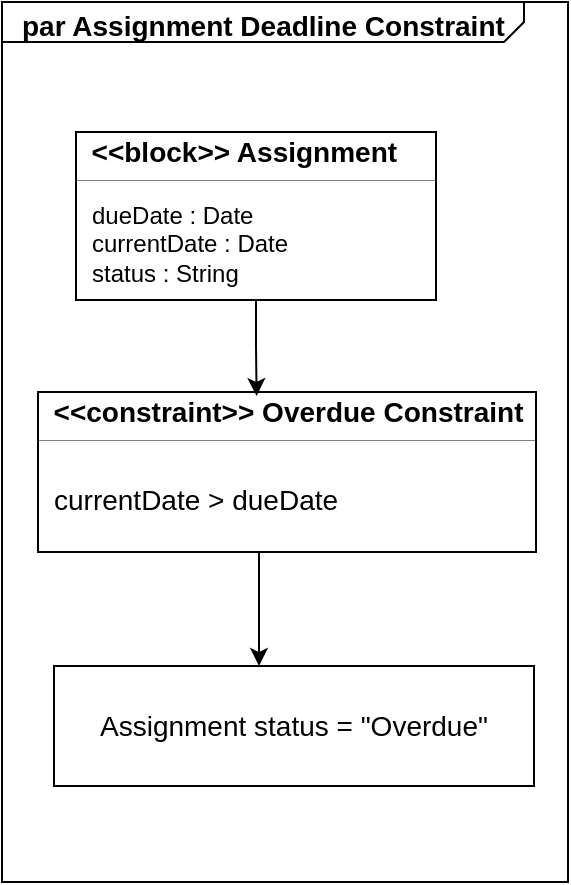
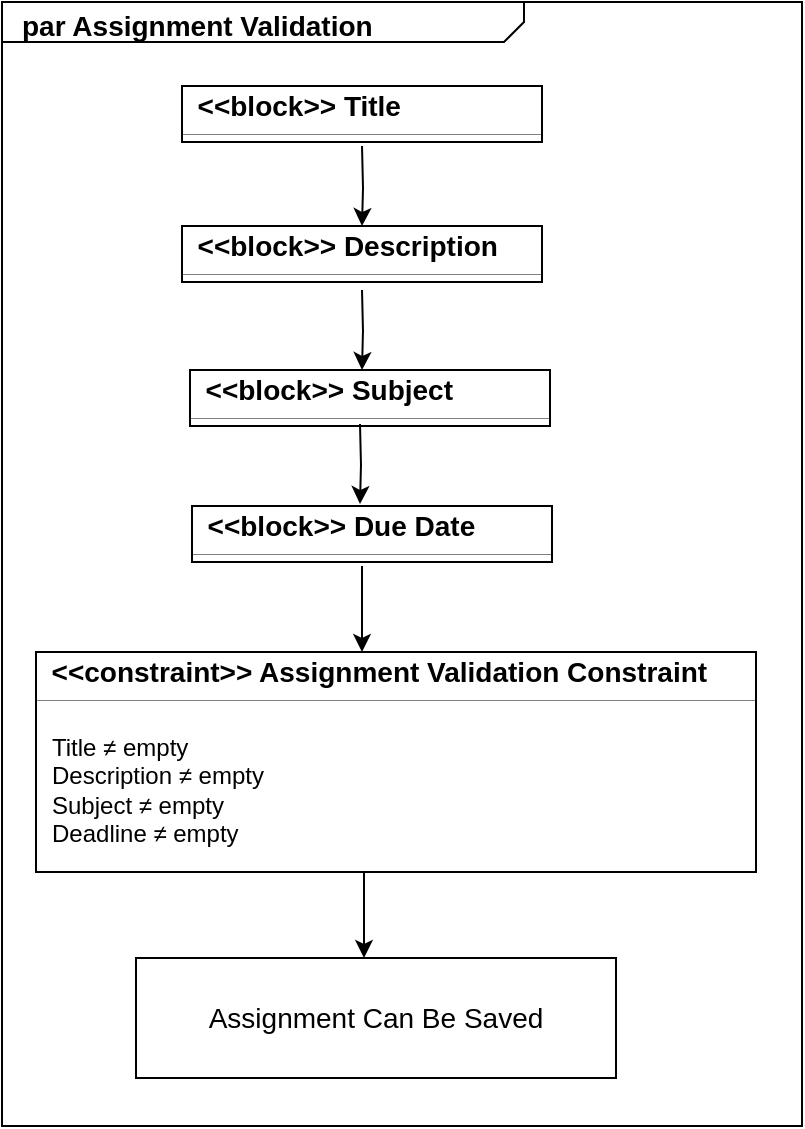
<mxfile host="app.diagrams.net">
  <diagram name="Page-1" id="FWf7b-B_ku4b3cwz3tw8">
    <mxGraphModel dx="585" dy="797" grid="1" gridSize="10" guides="1" tooltips="1" connect="1" arrows="1" fold="1" page="1" pageScale="1" pageWidth="850" pageHeight="1100" math="0" shadow="0">
      <root>
        <mxCell id="0" />
        <mxCell id="1" parent="0" />
-         <mxCell id="niv77NVPGs7ezuK2DP78-10" parent="1" style="html=1;shape=mxgraph.sysml.package;labelX=261.67;align=left;spacingLeft=10;overflow=fill;whiteSpace=wrap;recursiveResize=0;" value="&lt;p style=&quot;margin:0px;margin-top:4px;margin-left:10px;text-align:left;&quot;&gt;&lt;font style=&quot;font-size: 14px;&quot;&gt;&lt;b&gt;par   Assignment Deadline Constraint&lt;/b&gt;&lt;/font&gt;&lt;/p&gt;" vertex="1">
-           <mxGeometry height="440" width="283" x="84" y="88" as="geometry" />
+         <mxCell id="niv77NVPGs7ezuK2DP78-10" parent="1" style="html=1;shape=mxgraph.sysml.package;labelX=261.67;align=left;spacingLeft=10;overflow=fill;whiteSpace=wrap;recursiveResize=0;" value="&lt;p style=&quot;margin:0px;margin-top:4px;margin-left:10px;text-align:left;&quot;&gt;&lt;font style=&quot;font-size: 14px;&quot;&gt;&lt;b&gt;par A&lt;/b&gt;&lt;/font&gt;&lt;span style=&quot;background-color: transparent; color: light-dark(rgb(0, 0, 0), rgb(255, 255, 255));&quot;&gt;&lt;font style=&quot;font-size: 14px;&quot;&gt;&lt;b&gt;ssignment Validation&lt;/b&gt;&lt;/font&gt;&lt;/span&gt;&lt;/p&gt;" vertex="1">
+           <mxGeometry height="562" width="400" x="30" y="88" as="geometry" />
        </mxCell>
        <mxCell id="niv77NVPGs7ezuK2DP78-18" parent="1" style="fontStyle=1;align=center;verticalAlign=middle;childLayout=stackLayout;horizontal=1;horizontalStack=0;resizeParent=1;resizeParentMax=0;resizeLast=0;marginBottom=0;" value="" vertex="1">
-           <mxGeometry height="84" width="180" x="121" y="153" as="geometry" />
+           <mxGeometry height="28" width="180" x="120" y="130" as="geometry" />
        </mxCell>
-         <mxCell id="niv77NVPGs7ezuK2DP78-19" parent="niv77NVPGs7ezuK2DP78-18" style="html=1;align=left;spacing=0;verticalAlign=middle;strokeColor=none;fillColor=none;whiteSpace=wrap;fontStyle=1;" value="&lt;font style=&quot;font-size: 14px;&quot;&gt;&amp;nbsp; &amp;lt;&amp;lt;block&amp;gt;&amp;gt; Assignment&lt;/font&gt;" vertex="1">
+         <mxCell id="niv77NVPGs7ezuK2DP78-19" parent="niv77NVPGs7ezuK2DP78-18" style="html=1;align=left;spacing=0;verticalAlign=middle;strokeColor=none;fillColor=none;whiteSpace=wrap;fontStyle=1;" value="&lt;font style=&quot;font-size: 14px;&quot;&gt;&amp;nbsp; &amp;lt;&amp;lt;block&amp;gt;&amp;gt; Title&lt;/font&gt;" vertex="1">
          <mxGeometry height="20" width="180" as="geometry" />
        </mxCell>
        <mxCell id="niv77NVPGs7ezuK2DP78-20" parent="niv77NVPGs7ezuK2DP78-18" style="line;strokeWidth=0.25;fillColor=none;align=left;verticalAlign=middle;spacingTop=-1;spacingLeft=3;spacingRight=3;rotatable=0;labelPosition=right;points=[];portConstraint=eastwest;" value="" vertex="1">
          <mxGeometry height="8" width="180" y="20" as="geometry" />
        </mxCell>
-         <mxCell id="niv77NVPGs7ezuK2DP78-22" parent="niv77NVPGs7ezuK2DP78-18" style="html=1;align=left;spacing=0;spacingLeft=8;verticalAlign=middle;strokeColor=none;fillColor=none;whiteSpace=wrap;" value="&lt;font style=&quot;font-size: 12px;&quot;&gt;dueDate : Date&lt;/font&gt;&lt;div&gt;&lt;font style=&quot;font-size: 12px;&quot;&gt;currentDate : Date&lt;/font&gt;&lt;/div&gt;&lt;div&gt;&lt;font style=&quot;font-size: 12px;&quot;&gt;status : String&lt;/font&gt;&lt;/div&gt;" vertex="1">
-           <mxGeometry height="56" width="180" y="28" as="geometry" />
+         <mxCell id="niv77NVPGs7ezuK2DP78-28" parent="1" style="fontStyle=1;align=center;verticalAlign=middle;childLayout=stackLayout;horizontal=1;horizontalStack=0;resizeParent=1;resizeParentMax=0;resizeLast=0;marginBottom=0;" value="" vertex="1">
+           <mxGeometry height="110" width="360" x="47" y="413" as="geometry" />
        </mxCell>
-         <mxCell id="niv77NVPGs7ezuK2DP78-28" parent="1" style="fontStyle=1;align=center;verticalAlign=middle;childLayout=stackLayout;horizontal=1;horizontalStack=0;resizeParent=1;resizeParentMax=0;resizeLast=0;marginBottom=0;" value="" vertex="1">
-           <mxGeometry height="80" width="249" x="102" y="283" as="geometry" />
-         </mxCell>
-         <mxCell id="niv77NVPGs7ezuK2DP78-29" parent="niv77NVPGs7ezuK2DP78-28" style="html=1;align=left;spacing=0;verticalAlign=middle;strokeColor=none;fillColor=none;whiteSpace=wrap;fontStyle=1;" value="&lt;font style=&quot;font-size: 14px;&quot;&gt;&amp;nbsp; &amp;lt;&amp;lt;constraint&amp;gt;&amp;gt; Overdue Constraint&lt;/font&gt;" vertex="1">
-           <mxGeometry height="20" width="249" as="geometry" />
+         <mxCell id="niv77NVPGs7ezuK2DP78-29" parent="niv77NVPGs7ezuK2DP78-28" style="html=1;align=left;spacing=0;verticalAlign=middle;strokeColor=none;fillColor=none;whiteSpace=wrap;fontStyle=1;" value="&lt;font style=&quot;font-size: 14px;&quot;&gt;&amp;nbsp; &amp;lt;&amp;lt;constraint&amp;gt;&amp;gt; Assignment Validation Constraint&lt;/font&gt;" vertex="1">
+           <mxGeometry height="20" width="360" as="geometry" />
        </mxCell>
        <mxCell id="niv77NVPGs7ezuK2DP78-30" parent="niv77NVPGs7ezuK2DP78-28" style="line;strokeWidth=0.25;fillColor=none;align=left;verticalAlign=middle;spacingTop=-1;spacingLeft=3;spacingRight=3;rotatable=0;labelPosition=right;points=[];portConstraint=eastwest;" value="" vertex="1">
-           <mxGeometry height="8" width="249" y="20" as="geometry" />
+           <mxGeometry height="8" width="360" y="20" as="geometry" />
        </mxCell>
-         <mxCell id="niv77NVPGs7ezuK2DP78-31" parent="niv77NVPGs7ezuK2DP78-28" style="html=1;align=left;spacing=0;spacingLeft=8;verticalAlign=middle;strokeColor=none;fillColor=none;whiteSpace=wrap;" value="&lt;font style=&quot;font-size: 14px;&quot;&gt;currentDate &amp;gt; dueDate&lt;/font&gt;" vertex="1">
-           <mxGeometry height="52" width="249" y="28" as="geometry" />
+         <mxCell id="niv77NVPGs7ezuK2DP78-31" parent="niv77NVPGs7ezuK2DP78-28" style="html=1;align=left;spacing=0;spacingLeft=8;verticalAlign=middle;strokeColor=none;fillColor=none;whiteSpace=wrap;" value="&lt;div&gt;&lt;br&gt;&lt;/div&gt;Title ≠ empty&amp;nbsp;&lt;div&gt;Description ≠ empty&amp;nbsp;&lt;br&gt;Subject ≠ empty&amp;nbsp;&lt;br&gt;Deadline ≠ empty&amp;nbsp;&amp;nbsp;&lt;div&gt;&lt;br&gt;&lt;/div&gt;&lt;/div&gt;" vertex="1">
+           <mxGeometry height="82" width="360" y="28" as="geometry" />
        </mxCell>
-         <mxCell id="niv77NVPGs7ezuK2DP78-36" parent="1" style="rounded=0;whiteSpace=wrap;html=1;" value="&lt;font style=&quot;font-size: 14px;&quot;&gt;Assignment status = &quot;Overdue&quot;&lt;/font&gt;" vertex="1">
-           <mxGeometry height="60" width="240" x="110" y="420" as="geometry" />
+         <mxCell id="niv77NVPGs7ezuK2DP78-36" parent="1" style="rounded=0;whiteSpace=wrap;html=1;" value="&lt;font style=&quot;font-size: 14px;&quot;&gt;Assignment Can Be Saved&lt;/font&gt;" vertex="1">
+           <mxGeometry height="60" width="240" x="97" y="566" as="geometry" />
        </mxCell>
-         <mxCell id="niv77NVPGs7ezuK2DP78-39" edge="1" parent="1" style="edgeStyle=orthogonalEdgeStyle;rounded=0;orthogonalLoop=1;jettySize=auto;html=1;exitX=0.5;exitY=1;exitDx=0;exitDy=0;entryX=0.5;entryY=0;entryDx=0;entryDy=0;">
+         <mxCell id="SmpbJg4mHPiMaLd2LGqR-1" parent="1" style="fontStyle=1;align=center;verticalAlign=middle;childLayout=stackLayout;horizontal=1;horizontalStack=0;resizeParent=1;resizeParentMax=0;resizeLast=0;marginBottom=0;" value="" vertex="1">
+           <mxGeometry height="28" width="180" x="120" y="200" as="geometry" />
+         </mxCell>
+         <mxCell id="SmpbJg4mHPiMaLd2LGqR-2" parent="SmpbJg4mHPiMaLd2LGqR-1" style="html=1;align=left;spacing=0;verticalAlign=middle;strokeColor=none;fillColor=none;whiteSpace=wrap;fontStyle=1;" value="&lt;font style=&quot;font-size: 14px;&quot;&gt;&amp;nbsp; &amp;lt;&amp;lt;block&amp;gt;&amp;gt; Description&lt;/font&gt;" vertex="1">
+           <mxGeometry height="20" width="180" as="geometry" />
+         </mxCell>
+         <mxCell id="SmpbJg4mHPiMaLd2LGqR-3" parent="SmpbJg4mHPiMaLd2LGqR-1" style="line;strokeWidth=0.25;fillColor=none;align=left;verticalAlign=middle;spacingTop=-1;spacingLeft=3;spacingRight=3;rotatable=0;labelPosition=right;points=[];portConstraint=eastwest;" value="" vertex="1">
+           <mxGeometry height="8" width="180" y="20" as="geometry" />
+         </mxCell>
+         <mxCell id="SmpbJg4mHPiMaLd2LGqR-4" edge="1" parent="1" style="edgeStyle=orthogonalEdgeStyle;rounded=0;orthogonalLoop=1;jettySize=auto;html=1;entryX=0.5;entryY=0;entryDx=0;entryDy=0;" target="SmpbJg4mHPiMaLd2LGqR-2">
          <mxGeometry relative="1" as="geometry">
-             <Array as="points">
-               <mxPoint x="212" y="363" />
-             </Array>
-             <mxPoint x="203" y="363" as="sourcePoint" />
-             <mxPoint x="212.5" y="420" as="targetPoint" />
+             <mxPoint x="210" y="160" as="sourcePoint" />
          </mxGeometry>
        </mxCell>
-         <mxCell id="niv77NVPGs7ezuK2DP78-40" edge="1" parent="1" source="niv77NVPGs7ezuK2DP78-22" style="edgeStyle=orthogonalEdgeStyle;rounded=0;orthogonalLoop=1;jettySize=auto;html=1;exitX=0.5;exitY=1;exitDx=0;exitDy=0;entryX=0.439;entryY=0.1;entryDx=0;entryDy=0;entryPerimeter=0;" target="niv77NVPGs7ezuK2DP78-29">
-           <mxGeometry relative="1" as="geometry" />
+         <mxCell id="SmpbJg4mHPiMaLd2LGqR-6" parent="1" style="fontStyle=1;align=center;verticalAlign=middle;childLayout=stackLayout;horizontal=1;horizontalStack=0;resizeParent=1;resizeParentMax=0;resizeLast=0;marginBottom=0;" value="" vertex="1">
+           <mxGeometry height="28" width="180" x="124" y="272" as="geometry" />
+         </mxCell>
+         <mxCell id="SmpbJg4mHPiMaLd2LGqR-7" parent="SmpbJg4mHPiMaLd2LGqR-6" style="html=1;align=left;spacing=0;verticalAlign=middle;strokeColor=none;fillColor=none;whiteSpace=wrap;fontStyle=1;" value="&lt;font style=&quot;font-size: 14px;&quot;&gt;&amp;nbsp; &amp;lt;&amp;lt;block&amp;gt;&amp;gt; Subject&lt;/font&gt;" vertex="1">
+           <mxGeometry height="20" width="180" as="geometry" />
+         </mxCell>
+         <mxCell id="SmpbJg4mHPiMaLd2LGqR-8" parent="SmpbJg4mHPiMaLd2LGqR-6" style="line;strokeWidth=0.25;fillColor=none;align=left;verticalAlign=middle;spacingTop=-1;spacingLeft=3;spacingRight=3;rotatable=0;labelPosition=right;points=[];portConstraint=eastwest;" value="" vertex="1">
+           <mxGeometry height="8" width="180" y="20" as="geometry" />
+         </mxCell>
+         <mxCell id="SmpbJg4mHPiMaLd2LGqR-9" parent="1" style="fontStyle=1;align=center;verticalAlign=middle;childLayout=stackLayout;horizontal=1;horizontalStack=0;resizeParent=1;resizeParentMax=0;resizeLast=0;marginBottom=0;" value="" vertex="1">
+           <mxGeometry height="28" width="180" x="125" y="340" as="geometry" />
+         </mxCell>
+         <mxCell id="SmpbJg4mHPiMaLd2LGqR-10" parent="SmpbJg4mHPiMaLd2LGqR-9" style="html=1;align=left;spacing=0;verticalAlign=middle;strokeColor=none;fillColor=none;whiteSpace=wrap;fontStyle=1;" value="&lt;font style=&quot;font-size: 14px;&quot;&gt;&amp;nbsp; &amp;lt;&amp;lt;block&amp;gt;&amp;gt; Due Date&lt;/font&gt;" vertex="1">
+           <mxGeometry height="20" width="180" as="geometry" />
+         </mxCell>
+         <mxCell id="SmpbJg4mHPiMaLd2LGqR-11" parent="SmpbJg4mHPiMaLd2LGqR-9" style="line;strokeWidth=0.25;fillColor=none;align=left;verticalAlign=middle;spacingTop=-1;spacingLeft=3;spacingRight=3;rotatable=0;labelPosition=right;points=[];portConstraint=eastwest;" value="" vertex="1">
+           <mxGeometry height="8" width="180" y="20" as="geometry" />
+         </mxCell>
+         <mxCell id="SmpbJg4mHPiMaLd2LGqR-19" edge="1" parent="1" style="edgeStyle=orthogonalEdgeStyle;rounded=0;orthogonalLoop=1;jettySize=auto;html=1;entryX=0.5;entryY=0;entryDx=0;entryDy=0;">
+           <mxGeometry relative="1" as="geometry">
+             <mxPoint x="210" y="232" as="sourcePoint" />
+             <mxPoint x="210" y="272" as="targetPoint" />
+           </mxGeometry>
+         </mxCell>
+         <mxCell id="SmpbJg4mHPiMaLd2LGqR-20" edge="1" parent="1" style="edgeStyle=orthogonalEdgeStyle;rounded=0;orthogonalLoop=1;jettySize=auto;html=1;entryX=0.5;entryY=0;entryDx=0;entryDy=0;">
+           <mxGeometry relative="1" as="geometry">
+             <mxPoint x="209" y="299" as="sourcePoint" />
+             <mxPoint x="209" y="339" as="targetPoint" />
+           </mxGeometry>
+         </mxCell>
+         <mxCell id="SmpbJg4mHPiMaLd2LGqR-21" edge="1" parent="1" style="edgeStyle=orthogonalEdgeStyle;rounded=0;orthogonalLoop=1;jettySize=auto;html=1;entryX=0.5;entryY=0;entryDx=0;entryDy=0;">
+           <mxGeometry relative="1" as="geometry">
+             <mxPoint x="210" y="370" as="sourcePoint" />
+             <mxPoint x="210" y="413" as="targetPoint" />
+           </mxGeometry>
+         </mxCell>
+         <mxCell id="SmpbJg4mHPiMaLd2LGqR-30" edge="1" parent="1" style="edgeStyle=orthogonalEdgeStyle;rounded=0;orthogonalLoop=1;jettySize=auto;html=1;entryX=0.5;entryY=0;entryDx=0;entryDy=0;">
+           <mxGeometry relative="1" as="geometry">
+             <mxPoint x="211" y="523" as="sourcePoint" />
+             <mxPoint x="211" y="566" as="targetPoint" />
+           </mxGeometry>
        </mxCell>
      </root>
    </mxGraphModel>
  </diagram>
</mxfile>
